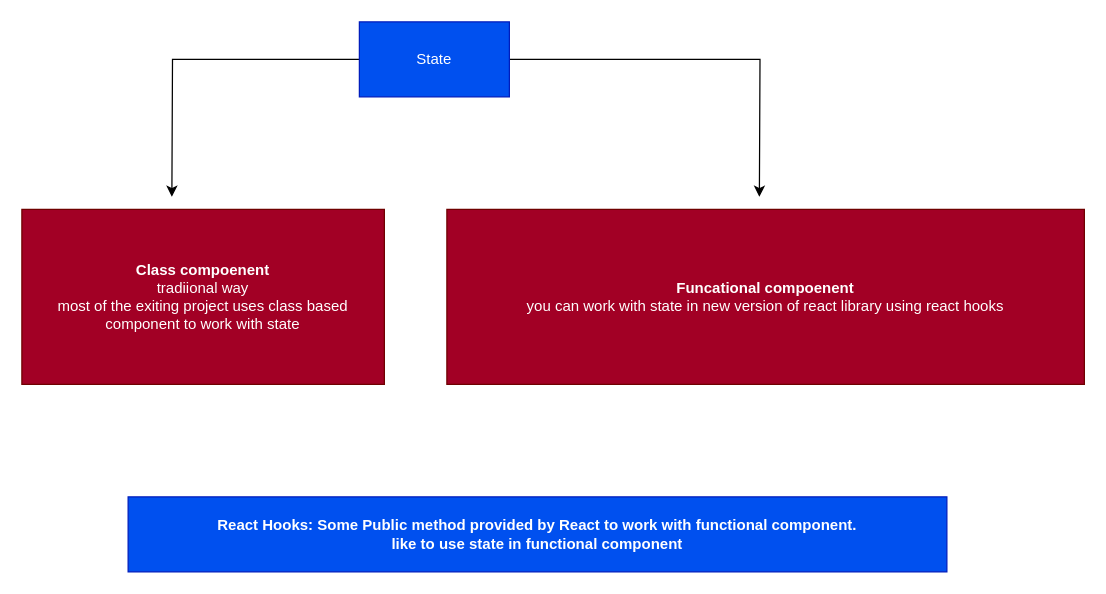
sharmadev26-web/training_repo keeps this draw.io diagram as page "Page-10" (11 of 14) of training_diagram/rbasic.drawio. Above is the earlier version. Source tidied: cells renumbered, new cells numbered last; positions are measured from the earlier drawing's top-left corner, leaving out a move shared by most shapes. Both pictures are drawn from the tidied source at 125%, with x=0, y=0 at pixel (21, 21).
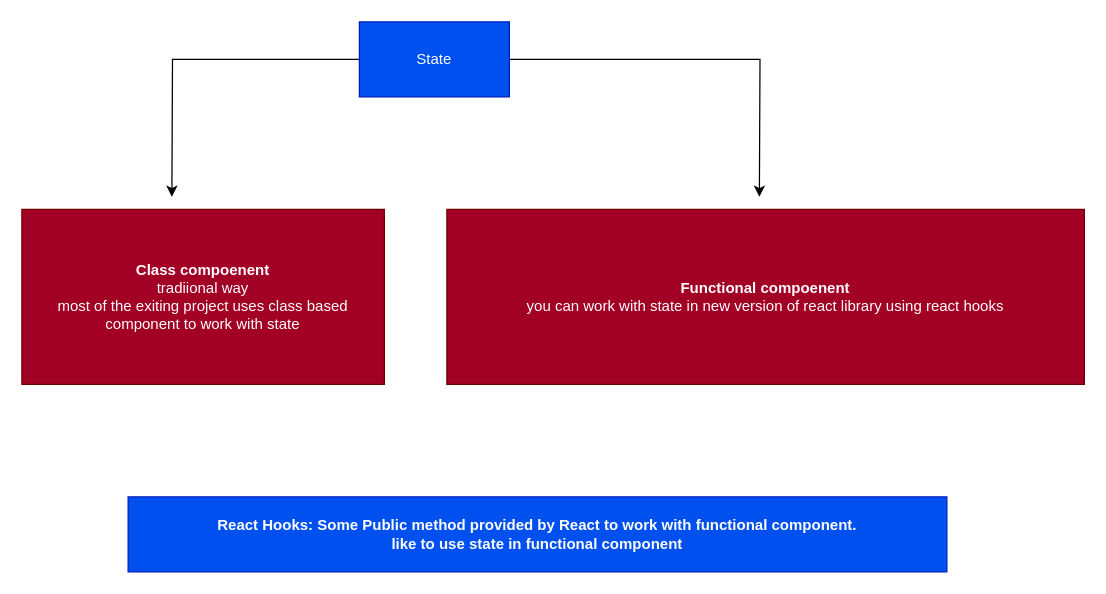
After the change.

The edit, as a diff of the source:
```diff
@@
 <mxGraphModel>
   <root>
     <mxCell id="0" />
     <mxCell id="1" parent="0" />
     <mxCell id="2" style="edgeStyle=orthogonalEdgeStyle;rounded=0;jettySize=auto;html=1;" parent="1" edge="1" source="4">
       <mxGeometry relative="1" as="geometry">
         <mxPoint x="120" y="140" as="targetPoint" />
       </mxGeometry>
     </mxCell>
     <mxCell id="3" style="edgeStyle=orthogonalEdgeStyle;rounded=0;jettySize=auto;html=1;" parent="1" edge="1" source="4">
       <mxGeometry relative="1" as="geometry">
         <mxPoint x="590" y="140" as="targetPoint" />
       </mxGeometry>
     </mxCell>
     <mxCell id="4" value="State" style="rounded=0;whiteSpace=wrap;html=1;fillColor=#0050ef;strokeColor=#001DBC;fontColor=#ffffff;" parent="1" vertex="1">
       <mxGeometry x="270" width="120" height="60" as="geometry" />
     </mxCell>
     <mxCell id="5" value="&lt;b&gt;Class compoenent&lt;/b&gt;&lt;br&gt;tradiional way&lt;br&gt;most of the exiting project uses class based component to work with state" style="rounded=0;whiteSpace=wrap;html=1;fillColor=#a20025;strokeColor=#6F0000;fontColor=#ffffff;" parent="1" vertex="1">
       <mxGeometry y="150" width="290" height="140" as="geometry" />
     </mxCell>
-    <mxCell id="6" value="&lt;b&gt;Funcational compoenent&lt;/b&gt;&lt;br&gt;you can work with state in new version of react library using react hooks&lt;br&gt;" style="rounded=0;whiteSpace=wrap;html=1;fillColor=#a20025;strokeColor=#6F0000;fontColor=#ffffff;" parent="1" vertex="1">
+    <mxCell id="6" value="&lt;b&gt;Functional compoenent&lt;/b&gt;&lt;br&gt;you can work with state in new version of react library using react hooks" style="rounded=0;whiteSpace=wrap;html=1;fillColor=#a20025;strokeColor=#6F0000;fontColor=#ffffff;" parent="1" vertex="1">
       <mxGeometry x="340" y="150" width="510" height="140" as="geometry" />
     </mxCell>
     <mxCell id="7" value="&lt;b&gt;React Hooks: Some Public method provided by React to work with functional component. &lt;br&gt;like to use state in functional component&lt;/b&gt;" style="rounded=0;whiteSpace=wrap;html=1;fillColor=#0050ef;strokeColor=#001DBC;fontColor=#ffffff;" parent="1" vertex="1">
       <mxGeometry x="85" y="380" width="655" height="60" as="geometry" />
     </mxCell>
   </root>
 </mxGraphModel>
```
